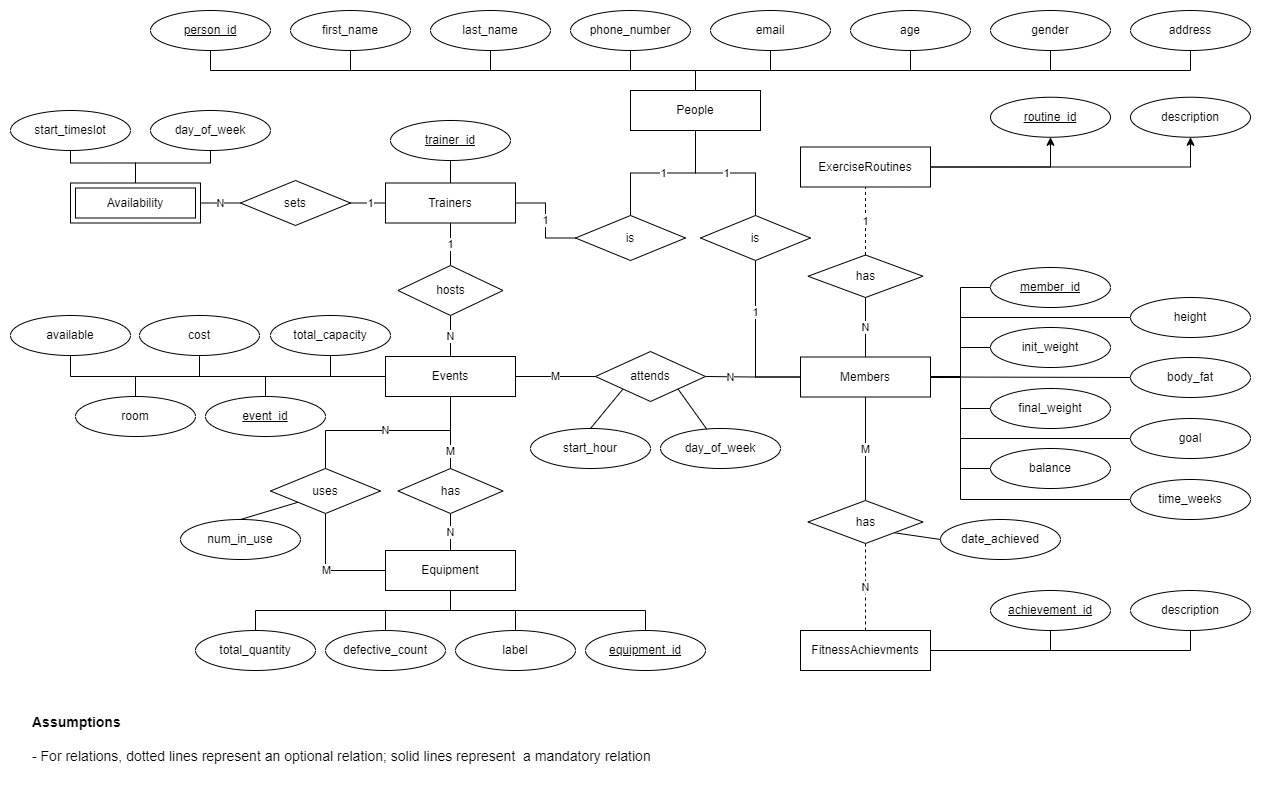
kayeonalvina/Health-and-Fitness-Club-Management-System keeps this draw.io diagram as Final Project Diagrams/ER Diagram.png. Above is the earlier version. Source tidied: cells renumbered, new cells last; positions are measured from the earlier drawing's top-left corner, leaving out a move shared by most shapes.
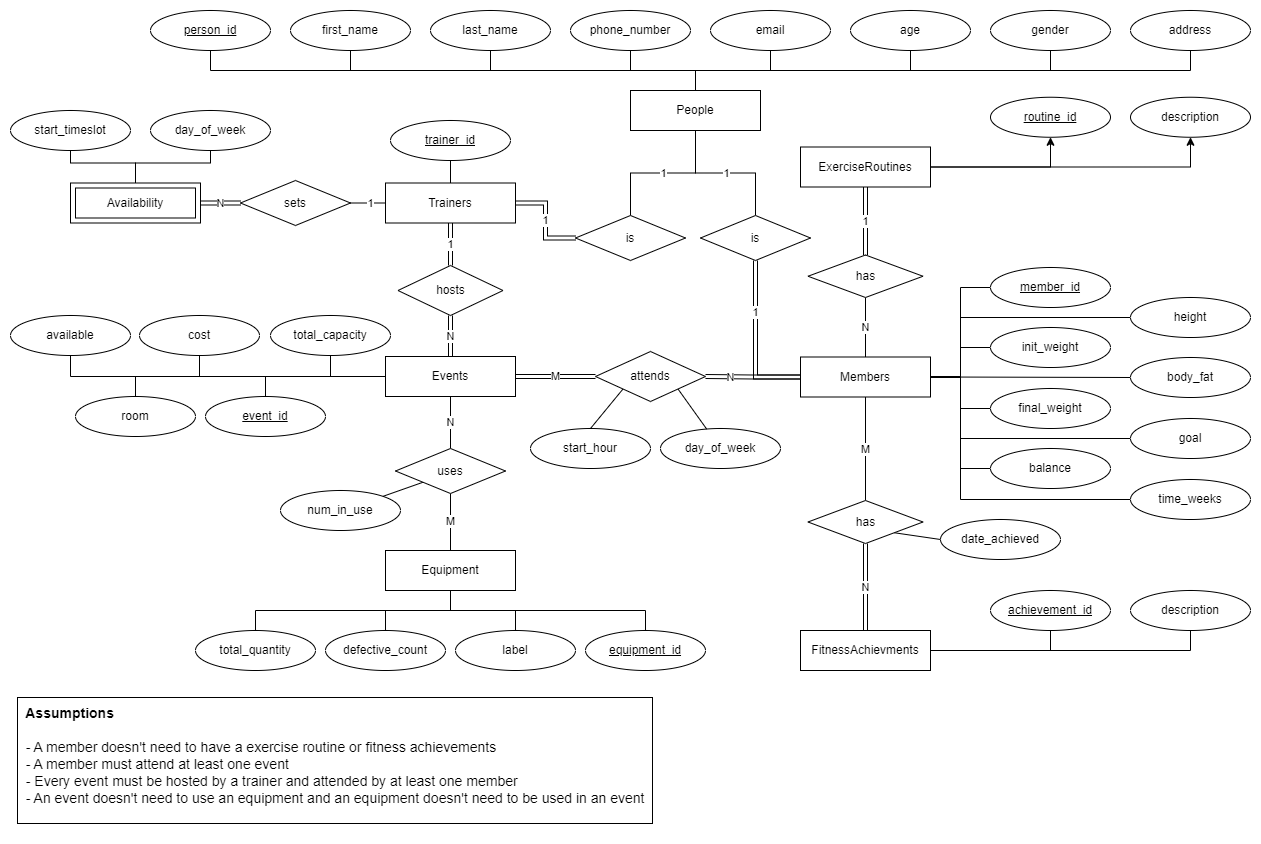
The same diagram one commit later.

What changed in the source:
```diff
@@ -94,7 +94,7 @@
     <mxCell id="25" value="M" style="edgeStyle=orthogonalEdgeStyle;rounded=0;jettySize=auto;html=1;exitX=0.5;exitY=1;exitDx=0;exitDy=0;entryX=0.5;entryY=0;entryDx=0;entryDy=0;endArrow=none;endFill=0;" parent="1" edge="1" source="28" target="79">
       <mxGeometry relative="1" as="geometry" />
     </mxCell>
-    <mxCell id="26" style="edgeStyle=orthogonalEdgeStyle;rounded=0;jettySize=auto;html=1;exitX=0;exitY=0.5;exitDx=0;exitDy=0;entryX=1;entryY=0.5;entryDx=0;entryDy=0;endArrow=none;endFill=0;" parent="1" edge="1" source="28" target="108">
+    <mxCell id="26" style="edgeStyle=orthogonalEdgeStyle;rounded=0;jettySize=auto;html=1;exitX=0;exitY=0.5;exitDx=0;exitDy=0;entryX=1;entryY=0.5;entryDx=0;entryDy=0;endArrow=none;endFill=0;shape=link;" parent="1" edge="1" source="28" target="108">
       <mxGeometry relative="1" as="geometry" />
     </mxCell>
     <mxCell id="27" value="N" style="edgeLabel;html=1;align=center;verticalAlign=middle;fontFamily=Helvetica;fontSize=11;fontColor=default;labelBackgroundColor=default;" parent="26" vertex="1">
@@ -118,30 +118,14 @@
     <mxCell id="33" value="1" style="edgeStyle=orthogonalEdgeStyle;rounded=0;jettySize=auto;html=1;exitX=0;exitY=0.5;exitDx=0;exitDy=0;entryX=1;entryY=0.5;entryDx=0;entryDy=0;endArrow=none;endFill=0;" parent="1" edge="1" source="35" target="83">
       <mxGeometry x="-0.14" relative="1" as="geometry" />
     </mxCell>
-    <mxCell id="34" value="1" style="edgeStyle=orthogonalEdgeStyle;rounded=0;jettySize=auto;html=1;exitX=0.5;exitY=1;exitDx=0;exitDy=0;entryX=0.5;entryY=0;entryDx=0;entryDy=0;endArrow=none;endFill=0;" parent="1" edge="1" source="35" target="81">
+    <mxCell id="34" value="1" style="edgeStyle=orthogonalEdgeStyle;rounded=0;jettySize=auto;html=1;exitX=0.5;exitY=1;exitDx=0;exitDy=0;entryX=0.5;entryY=0;entryDx=0;entryDy=0;endArrow=none;endFill=0;shape=link;" parent="1" edge="1" source="35" target="81">
       <mxGeometry relative="1" as="geometry" />
     </mxCell>
     <mxCell id="35" value="Trainers" style="rounded=0;whiteSpace=wrap;html=1;" parent="1" vertex="1">
       <mxGeometry x="375" y="172.5" width="130" height="40" as="geometry" />
     </mxCell>
-    <mxCell id="36" style="edgeStyle=orthogonalEdgeStyle;rounded=0;jettySize=auto;html=1;exitX=0.5;exitY=1;exitDx=0;exitDy=0;entryX=0.5;entryY=0;entryDx=0;entryDy=0;endArrow=none;endFill=0;" parent="1" edge="1" source="44" target="102">
-      <mxGeometry relative="1" as="geometry">
-        <Array as="points">
-          <mxPoint x="440" y="480" />
-          <mxPoint x="440" y="480" />
-        </Array>
-      </mxGeometry>
-    </mxCell>
-    <mxCell id="37" value="M" style="edgeLabel;html=1;align=center;verticalAlign=middle;fontFamily=Helvetica;fontSize=11;fontColor=default;labelBackgroundColor=default;" parent="36" vertex="1">
-      <mxGeometry x="-0.07" y="-1" relative="1" as="geometry" />
-    </mxCell>
     <mxCell id="38" value="N" style="edgeStyle=orthogonalEdgeStyle;rounded=0;jettySize=auto;html=1;exitX=0.5;exitY=1;exitDx=0;exitDy=0;entryX=0.5;entryY=0;entryDx=0;entryDy=0;endArrow=none;endFill=0;" parent="1" edge="1" source="44" target="100">
-      <mxGeometry relative="1" as="geometry">
-        <Array as="points">
-          <mxPoint x="440" y="420" />
-          <mxPoint x="315" y="420" />
-        </Array>
-      </mxGeometry>
+      <mxGeometry relative="1" as="geometry" />
     </mxCell>
     <mxCell id="39" style="edgeStyle=orthogonalEdgeStyle;rounded=0;jettySize=auto;html=1;exitX=0;exitY=0.5;exitDx=0;exitDy=0;entryX=0.5;entryY=1;entryDx=0;entryDy=0;endArrow=none;endFill=0;" parent="1" edge="1" source="44" target="93">
       <mxGeometry relative="1" as="geometry" />
@@ -173,7 +157,7 @@
     <mxCell id="48" style="edgeStyle=orthogonalEdgeStyle;rounded=0;jettySize=auto;html=1;exitX=0.5;exitY=1;exitDx=0;exitDy=0;entryX=0.5;entryY=0;entryDx=0;entryDy=0;endArrow=none;endFill=0;" parent="1" edge="1" source="50" target="98">
       <mxGeometry relative="1" as="geometry" />
     </mxCell>
-    <mxCell id="49" value="M" style="edgeStyle=orthogonalEdgeStyle;rounded=0;jettySize=auto;html=1;exitX=0;exitY=0.5;exitDx=0;exitDy=0;entryX=0.5;entryY=1;entryDx=0;entryDy=0;endArrow=none;endFill=0;" parent="1" edge="1" source="50" target="100">
+    <mxCell id="49" value="M" style="edgeStyle=orthogonalEdgeStyle;rounded=0;jettySize=auto;html=1;exitX=0.5;exitY=0;exitDx=0;exitDy=0;entryX=0.5;entryY=1;entryDx=0;entryDy=0;endArrow=none;endFill=0;" parent="1" edge="1" source="50" target="100">
       <mxGeometry relative="1" as="geometry" />
     </mxCell>
     <mxCell id="50" value="Equipment" style="rounded=0;whiteSpace=wrap;html=1;" parent="1" vertex="1">
@@ -239,7 +223,7 @@
     <mxCell id="70" value="&lt;u&gt;member_id&lt;/u&gt;" style="ellipse;whiteSpace=wrap;html=1;" parent="1" vertex="1">
       <mxGeometry x="980" y="257" width="120" height="40" as="geometry" />
     </mxCell>
-    <mxCell id="71" value="1" style="edgeStyle=orthogonalEdgeStyle;rounded=0;jettySize=auto;html=1;exitX=0.5;exitY=0;exitDx=0;exitDy=0;entryX=0.5;entryY=1;entryDx=0;entryDy=0;endArrow=none;endFill=0;dashed=1;" parent="1" edge="1" source="72" target="15">
+    <mxCell id="71" value="1" style="edgeStyle=orthogonalEdgeStyle;rounded=0;jettySize=auto;html=1;exitX=0.5;exitY=0;exitDx=0;exitDy=0;entryX=0.5;entryY=1;entryDx=0;entryDy=0;endArrow=none;endFill=0;shape=link;" parent="1" edge="1" source="72" target="15">
       <mxGeometry relative="1" as="geometry" />
     </mxCell>
     <mxCell id="72" value="has" style="rhombus;whiteSpace=wrap;html=1;" parent="1" vertex="1">
@@ -257,7 +241,7 @@
     <mxCell id="76" value="description" style="ellipse;whiteSpace=wrap;html=1;" parent="1" vertex="1">
       <mxGeometry x="1120" y="580" width="120" height="40" as="geometry" />
     </mxCell>
-    <mxCell id="77" value="N" style="edgeStyle=orthogonalEdgeStyle;rounded=0;jettySize=auto;html=1;exitX=0.5;exitY=1;exitDx=0;exitDy=0;entryX=0.5;entryY=0;entryDx=0;entryDy=0;endArrow=none;endFill=0;dashed=1;" parent="1" edge="1" source="79" target="31">
+    <mxCell id="77" value="N" style="edgeStyle=orthogonalEdgeStyle;rounded=0;jettySize=auto;html=1;exitX=0.5;exitY=1;exitDx=0;exitDy=0;entryX=0.5;entryY=0;entryDx=0;entryDy=0;endArrow=none;endFill=0;shape=link;" parent="1" edge="1" source="79" target="31">
       <mxGeometry relative="1" as="geometry" />
     </mxCell>
     <mxCell id="78" style="rounded=0;jettySize=auto;html=1;exitX=1;exitY=1;exitDx=0;exitDy=0;entryX=0;entryY=0.5;entryDx=0;entryDy=0;endArrow=none;endFill=0;" parent="1" edge="1" source="79" target="73">
@@ -266,19 +250,19 @@
     <mxCell id="79" value="has" style="rhombus;whiteSpace=wrap;html=1;" parent="1" vertex="1">
       <mxGeometry x="797.5" y="490" width="115" height="43" as="geometry" />
     </mxCell>
-    <mxCell id="80" value="N" style="edgeStyle=orthogonalEdgeStyle;rounded=0;jettySize=auto;html=1;exitX=0.5;exitY=1;exitDx=0;exitDy=0;entryX=0.5;entryY=0;entryDx=0;entryDy=0;endArrow=none;endFill=0;" parent="1" edge="1" source="81" target="44">
+    <mxCell id="80" value="N" style="edgeStyle=orthogonalEdgeStyle;rounded=0;jettySize=auto;html=1;exitX=0.5;exitY=1;exitDx=0;exitDy=0;entryX=0.5;entryY=0;entryDx=0;entryDy=0;endArrow=none;endFill=0;shape=link;" parent="1" edge="1" source="81" target="44">
       <mxGeometry relative="1" as="geometry" />
     </mxCell>
     <mxCell id="81" value="hosts" style="rhombus;whiteSpace=wrap;html=1;" parent="1" vertex="1">
       <mxGeometry x="387.5" y="255" width="105" height="50" as="geometry" />
     </mxCell>
-    <mxCell id="82" value="N" style="edgeStyle=orthogonalEdgeStyle;rounded=0;jettySize=auto;html=1;exitX=0;exitY=0.5;exitDx=0;exitDy=0;entryX=1;entryY=0.5;entryDx=0;entryDy=0;strokeColor=default;align=center;verticalAlign=middle;fontFamily=Helvetica;fontSize=11;fontColor=default;labelBackgroundColor=default;endArrow=none;endFill=0;" parent="1" edge="1" source="83" target="113">
+    <mxCell id="82" value="N" style="edgeStyle=orthogonalEdgeStyle;rounded=0;jettySize=auto;html=1;exitX=0;exitY=0.5;exitDx=0;exitDy=0;entryX=1;entryY=0.5;entryDx=0;entryDy=0;strokeColor=default;align=center;verticalAlign=middle;fontFamily=Helvetica;fontSize=11;fontColor=default;labelBackgroundColor=default;endArrow=none;endFill=0;shape=link;" parent="1" edge="1" source="83" target="113">
       <mxGeometry relative="1" as="geometry" />
     </mxCell>
     <mxCell id="83" value="sets" style="rhombus;whiteSpace=wrap;html=1;" parent="1" vertex="1">
       <mxGeometry x="230" y="170" width="110" height="45" as="geometry" />
     </mxCell>
-    <mxCell id="84" style="edgeStyle=orthogonalEdgeStyle;rounded=0;jettySize=auto;html=1;exitX=0.5;exitY=1;exitDx=0;exitDy=0;entryX=0;entryY=0.5;entryDx=0;entryDy=0;endArrow=none;endFill=0;" parent="1" edge="1" source="86" target="28">
+    <mxCell id="84" style="edgeStyle=orthogonalEdgeStyle;rounded=0;jettySize=auto;html=1;exitX=0.5;exitY=1;exitDx=0;exitDy=0;entryX=0;entryY=0.5;entryDx=0;entryDy=0;endArrow=none;endFill=0;shape=link;" parent="1" edge="1" source="86" target="28">
       <mxGeometry relative="1" as="geometry" />
     </mxCell>
     <mxCell id="85" value="1" style="edgeLabel;html=1;align=center;verticalAlign=middle;" parent="84" vertex="1">
@@ -309,7 +293,7 @@
       <mxGeometry x="260" y="305" width="120" height="40" as="geometry" />
     </mxCell>
     <mxCell id="94" value="num_in_use" style="ellipse;whiteSpace=wrap;html=1;" parent="1" vertex="1">
-      <mxGeometry x="170" y="509" width="120" height="40" as="geometry" />
+      <mxGeometry x="270" y="480" width="120" height="40" as="geometry" />
     </mxCell>
     <mxCell id="95" value="defective_count" style="ellipse;whiteSpace=wrap;html=1;" parent="1" vertex="1">
       <mxGeometry x="315" y="620" width="120" height="40" as="geometry" />
@@ -323,25 +307,19 @@
     <mxCell id="98" value="total_quantity" style="ellipse;whiteSpace=wrap;html=1;" parent="1" vertex="1">
       <mxGeometry x="185" y="620" width="120" height="40" as="geometry" />
     </mxCell>
-    <mxCell id="99" style="rounded=0;jettySize=auto;html=1;exitX=0;exitY=1;exitDx=0;exitDy=0;entryX=0.5;entryY=0;entryDx=0;entryDy=0;endArrow=none;endFill=0;" parent="1" edge="1" source="100" target="94">
+    <mxCell id="99" style="rounded=0;jettySize=auto;html=1;exitX=0;exitY=1;exitDx=0;exitDy=0;entryX=1;entryY=0;entryDx=0;entryDy=0;endArrow=none;endFill=0;" parent="1" edge="1" source="100" target="94">
       <mxGeometry relative="1" as="geometry" />
     </mxCell>
     <mxCell id="100" value="uses" style="rhombus;whiteSpace=wrap;html=1;" parent="1" vertex="1">
-      <mxGeometry x="260" y="458" width="110" height="45" as="geometry" />
+      <mxGeometry x="385" y="438" width="110" height="45" as="geometry" />
     </mxCell>
-    <mxCell id="101" value="N" style="edgeStyle=orthogonalEdgeStyle;rounded=0;jettySize=auto;html=1;exitX=0.5;exitY=1;exitDx=0;exitDy=0;entryX=0.5;entryY=0;entryDx=0;entryDy=0;endArrow=none;endFill=0;" parent="1" edge="1" source="102" target="50">
-      <mxGeometry relative="1" as="geometry" />
-    </mxCell>
-    <mxCell id="102" value="has" style="rhombus;whiteSpace=wrap;html=1;" parent="1" vertex="1">
-      <mxGeometry x="387.5" y="458" width="105" height="45" as="geometry" />
-    </mxCell>
-    <mxCell id="103" value="1" style="edgeStyle=orthogonalEdgeStyle;rounded=0;jettySize=auto;html=1;exitX=0;exitY=0.5;exitDx=0;exitDy=0;entryX=1;entryY=0.5;entryDx=0;entryDy=0;endArrow=none;endFill=0;" parent="1" edge="1" source="104" target="35">
+    <mxCell id="103" value="1" style="edgeStyle=orthogonalEdgeStyle;rounded=0;jettySize=auto;html=1;exitX=0;exitY=0.5;exitDx=0;exitDy=0;entryX=1;entryY=0.5;entryDx=0;entryDy=0;endArrow=none;endFill=0;shape=link;" parent="1" edge="1" source="104" target="35">
       <mxGeometry relative="1" as="geometry" />
     </mxCell>
     <mxCell id="104" value="is" style="rhombus;whiteSpace=wrap;html=1;" parent="1" vertex="1">
       <mxGeometry x="565" y="205" width="110" height="45" as="geometry" />
     </mxCell>
-    <mxCell id="105" value="M" style="edgeStyle=orthogonalEdgeStyle;rounded=0;jettySize=auto;html=1;exitX=0;exitY=0.5;exitDx=0;exitDy=0;entryX=1;entryY=0.5;entryDx=0;entryDy=0;endArrow=none;endFill=0;" parent="1" edge="1" source="108" target="44">
+    <mxCell id="105" value="M" style="edgeStyle=orthogonalEdgeStyle;rounded=0;jettySize=auto;html=1;exitX=0;exitY=0.5;exitDx=0;exitDy=0;entryX=1;entryY=0.5;entryDx=0;entryDy=0;endArrow=none;endFill=0;shape=link;" parent="1" edge="1" source="108" target="44">
       <mxGeometry relative="1" as="geometry" />
     </mxCell>
     <mxCell id="106" style="rounded=0;jettySize=auto;html=1;exitX=0;exitY=1;exitDx=0;exitDy=0;entryX=0.5;entryY=0;entryDx=0;entryDy=0;endArrow=none;endFill=0;" parent="1" edge="1" source="108" target="88">
@@ -368,8 +346,8 @@
     <mxCell id="113" value="Availability" style="shape=ext;margin=3;double=1;whiteSpace=wrap;html=1;align=center;" parent="1" vertex="1">
       <mxGeometry x="60" y="172.5" width="130" height="40" as="geometry" />
     </mxCell>
-    <mxCell id="114" value="&lt;h1 style=&quot;margin-top: 0px;&quot;&gt;&lt;font style=&quot;font-size: 14px;&quot;&gt;Assumptions&lt;/font&gt;&lt;/h1&gt;&lt;div&gt;&lt;font style=&quot;font-size: 14px;&quot;&gt;- For relations, dotted lines represent an optional relation; solid lines represent&amp;nbsp; a mandatory relation&lt;/font&gt;&lt;/div&gt;" style="text;html=1;whiteSpace=wrap;overflow=hidden;rounded=0;fontFamily=Helvetica;fontSize=11;fontColor=default;labelBackgroundColor=default;" parent="1" vertex="1">
-      <mxGeometry x="20" y="690" width="660" height="80" as="geometry" />
+    <mxCell id="114" value="&lt;h1 style=&quot;margin-top: 0px;&quot;&gt;&lt;font style=&quot;font-size: 14px;&quot;&gt;&amp;nbsp; Assumptions&lt;/font&gt;&lt;/h1&gt;&lt;div&gt;&lt;font style=&quot;font-size: 14px;&quot;&gt;&amp;nbsp; - A member doesn't need to have a exercise routine or fitness achievements&lt;/font&gt;&lt;/div&gt;&lt;div&gt;&lt;font style=&quot;font-size: 14px;&quot;&gt;&amp;nbsp; - A member must attend at least one event&lt;/font&gt;&lt;/div&gt;&lt;div&gt;&lt;font style=&quot;font-size: 14px;&quot;&gt;&amp;nbsp; - Every event must be hosted by a trainer and attended by at least one member&lt;/font&gt;&lt;/div&gt;&lt;div&gt;&lt;span style=&quot;font-size: 14px;&quot;&gt;&amp;nbsp; - An event doesn't need to use an equipment and an equipment doesn't need to be used in an event&amp;nbsp;&amp;nbsp;&lt;/span&gt;&lt;/div&gt;&lt;div&gt;&lt;span style=&quot;font-size: 14px;&quot;&gt;&lt;br&gt;&lt;/span&gt;&lt;/div&gt;" style="text;html=1;overflow=hidden;rounded=1;fontFamily=Helvetica;fontSize=11;fontColor=default;labelBackgroundColor=default;shadow=0;labelBorderColor=default;verticalAlign=top;" parent="1" vertex="1">
+      <mxGeometry x="5" y="680" width="670" height="140" as="geometry" />
     </mxCell>
   </root>
 </mxGraphModel>
```
